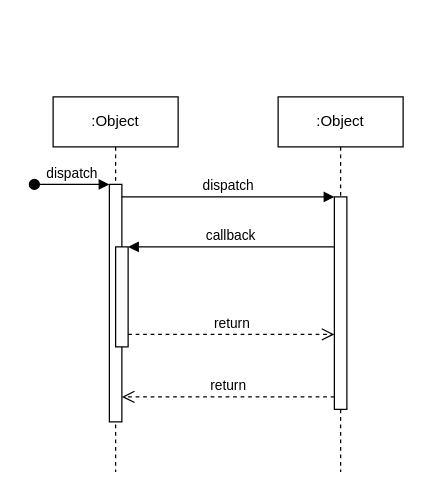
Above: Send Oportunity.drawio in TecladoZurdo/UML (draw.io), before the change. Source tidied: cells renumbered, new cells numbered last; positions are measured from the earlier drawing's top-left corner, leaving out a move shared by most shapes. Both pictures are drawn from the tidied source at 125%, with x=0, y=0 at pixel (34, 96).
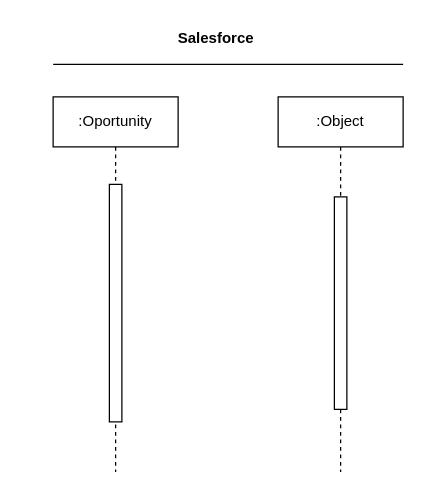
The same diagram, later.

Diff of the diagram source:
```diff
@@
 <mxGraphModel>
   <root>
     <mxCell id="0" />
     <mxCell id="1" parent="0" />
-    <mxCell id="2" value=":Object" style="shape=umlLifeline;perimeter=lifelinePerimeter;whiteSpace=wrap;html=1;newEdgeStyle={&quot;edgeStyle&quot;:&quot;elbowEdgeStyle&quot;,&quot;elbow&quot;:&quot;vertical&quot;,&quot;curved&quot;:0,&quot;rounded&quot;:0};" parent="1" vertex="1">
+    <mxCell id="2" value=":Oportunity" style="shape=umlLifeline;perimeter=lifelinePerimeter;whiteSpace=wrap;html=1;newEdgeStyle={&quot;edgeStyle&quot;:&quot;elbowEdgeStyle&quot;,&quot;elbow&quot;:&quot;vertical&quot;,&quot;curved&quot;:0,&quot;rounded&quot;:0};" parent="1" vertex="1">
       <mxGeometry x="15" width="100" height="300" as="geometry" />
     </mxCell>
     <mxCell id="3" style="html=1;points=[];perimeter=orthogonalPerimeter;outlineConnect=0;targetShapes=umlLifeline;portConstraint=eastwest;newEdgeStyle={&quot;edgeStyle&quot;:&quot;elbowEdgeStyle&quot;,&quot;elbow&quot;:&quot;vertical&quot;,&quot;curved&quot;:0,&quot;rounded&quot;:0};" parent="2" vertex="1">
       <mxGeometry x="45" y="70" width="10" height="190" as="geometry" />
     </mxCell>
-    <mxCell id="4" value="dispatch" style="html=1;verticalAlign=bottom;startArrow=oval;endArrow=block;startSize=8;edgeStyle=elbowEdgeStyle;elbow=vertical;curved=0;rounded=0;" parent="2" edge="1" target="3">
-      <mxGeometry relative="1" as="geometry">
-        <mxPoint x="-15" y="70" as="sourcePoint" />
-      </mxGeometry>
-    </mxCell>
-    <mxCell id="5" style="html=1;points=[];perimeter=orthogonalPerimeter;outlineConnect=0;targetShapes=umlLifeline;portConstraint=eastwest;newEdgeStyle={&quot;edgeStyle&quot;:&quot;elbowEdgeStyle&quot;,&quot;elbow&quot;:&quot;vertical&quot;,&quot;curved&quot;:0,&quot;rounded&quot;:0};" parent="2" vertex="1">
-      <mxGeometry x="50" y="120" width="10" height="80" as="geometry" />
-    </mxCell>
     <mxCell id="6" value=":Object" style="shape=umlLifeline;perimeter=lifelinePerimeter;whiteSpace=wrap;html=1;newEdgeStyle={&quot;edgeStyle&quot;:&quot;elbowEdgeStyle&quot;,&quot;elbow&quot;:&quot;vertical&quot;,&quot;curved&quot;:0,&quot;rounded&quot;:0};" parent="1" vertex="1">
       <mxGeometry x="195" width="100" height="300" as="geometry" />
     </mxCell>
     <mxCell id="7" style="html=1;points=[];perimeter=orthogonalPerimeter;outlineConnect=0;targetShapes=umlLifeline;portConstraint=eastwest;newEdgeStyle={&quot;edgeStyle&quot;:&quot;elbowEdgeStyle&quot;,&quot;elbow&quot;:&quot;vertical&quot;,&quot;curved&quot;:0,&quot;rounded&quot;:0};" parent="6" vertex="1">
       <mxGeometry x="45" y="80" width="10" height="170" as="geometry" />
     </mxCell>
-    <mxCell id="8" value="dispatch" style="html=1;verticalAlign=bottom;endArrow=block;edgeStyle=elbowEdgeStyle;elbow=vertical;curved=0;rounded=0;" parent="1" edge="1" source="3" target="7">
-      <mxGeometry relative="1" as="geometry">
-        <Array as="points">
-          <mxPoint x="155" y="80" />
-        </Array>
-      </mxGeometry>
-    </mxCell>
-    <mxCell id="9" value="return" style="html=1;verticalAlign=bottom;endArrow=open;dashed=1;endSize=8;edgeStyle=elbowEdgeStyle;elbow=vertical;curved=0;rounded=0;" parent="1" edge="1" source="7" target="3">
-      <mxGeometry relative="1" as="geometry">
-        <Array as="points">
-          <mxPoint x="165" y="240" />
-        </Array>
-      </mxGeometry>
-    </mxCell>
-    <mxCell id="10" value="callback" style="html=1;verticalAlign=bottom;endArrow=block;edgeStyle=elbowEdgeStyle;elbow=vertical;curved=0;rounded=0;" parent="1" edge="1" source="7" target="5">
-      <mxGeometry relative="1" as="geometry">
-        <Array as="points">
-          <mxPoint x="165" y="120" />
-        </Array>
-      </mxGeometry>
-    </mxCell>
-    <mxCell id="11" value="return" style="html=1;verticalAlign=bottom;endArrow=open;dashed=1;endSize=8;edgeStyle=elbowEdgeStyle;elbow=vertical;curved=0;rounded=0;" parent="1" edge="1" source="5" target="7">
-      <mxGeometry relative="1" as="geometry">
-        <Array as="points">
-          <mxPoint x="155" y="190" />
-        </Array>
-      </mxGeometry>
-    </mxCell>
+    <mxCell id="12" style="line;strokeWidth=1;fillColor=none;align=left;verticalAlign=middle;spacingTop=-1;spacingLeft=3;spacingRight=3;labelPosition=right;strokeColor=inherit;" parent="1" vertex="1">
+      <mxGeometry x="15" y="-30" width="280" height="8" as="geometry" />
+    </mxCell>
+    <mxCell id="13" value="Salesforce" style="text;align=center;fontStyle=1;verticalAlign=middle;spacingLeft=3;spacingRight=3;strokeColor=none;html=1;" parent="1" vertex="1">
+      <mxGeometry x="105" y="-60" width="80" height="26" as="geometry" />
+    </mxCell>
   </root>
 </mxGraphModel>
```
